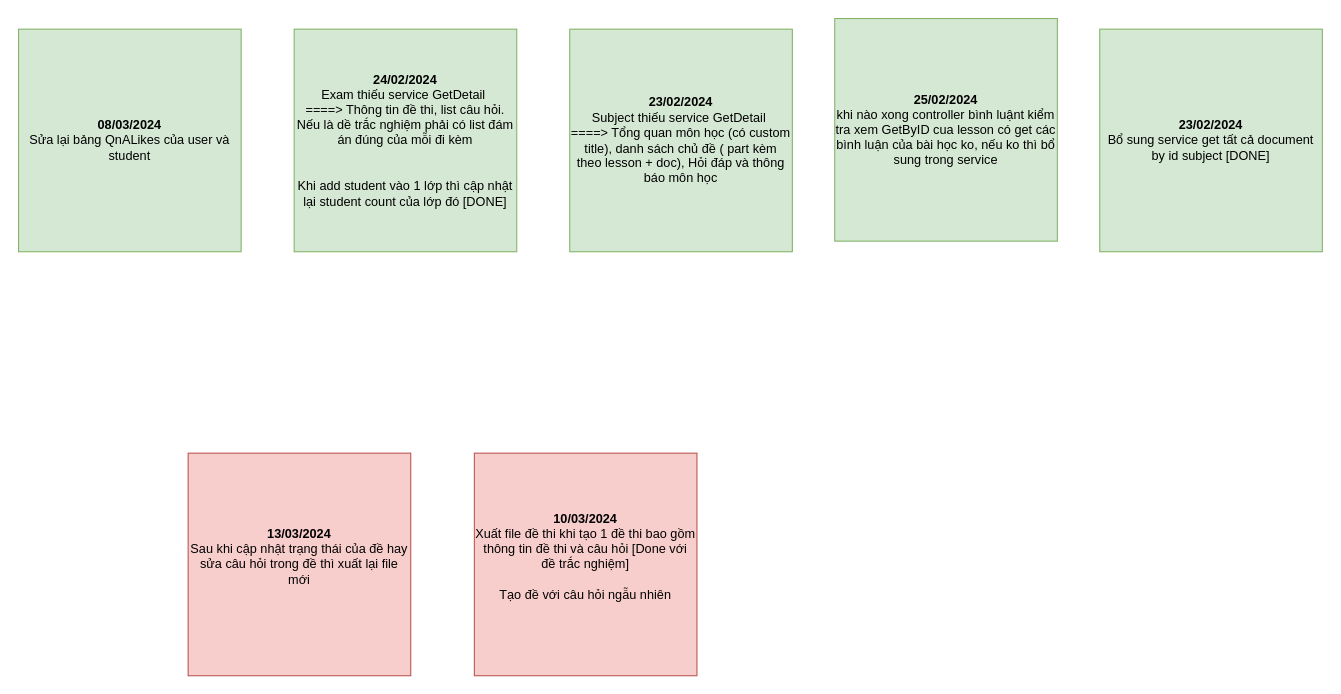
The draw.io diagram page "Note" (3 of 3) of Internship_BACKEND_2024_02_02.01.2024_LamSamChan_LMS - Elibrary_Diagram.drawio in LamSamChan/LMS_ELibrary_BE_Intern_Alta, before the edit. Source tidied: cells renumbered, new cells numbered last; positions are measured from the earlier drawing's top-left corner, leaving out a move shared by most shapes. Both pictures are drawn from the tidied source at 106%, with x=0, y=0 at pixel (18, 18).
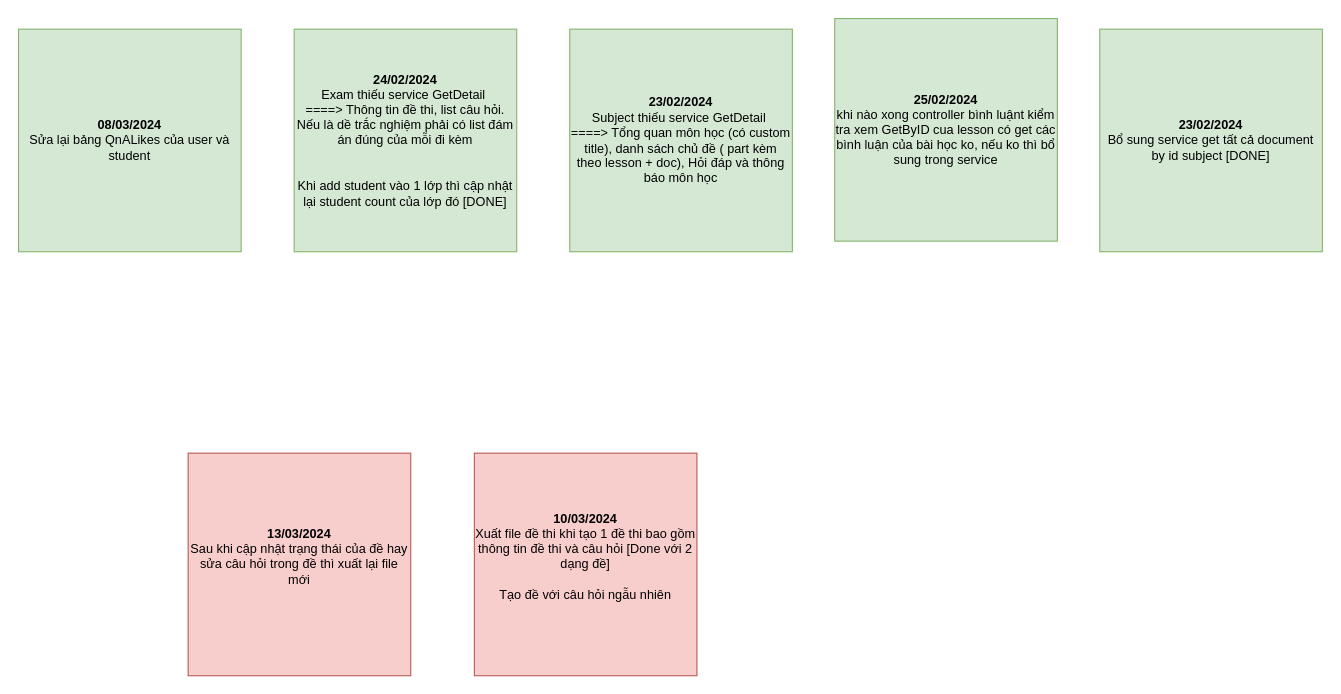
After the change.

What changed in the source:
```diff
@@
 <mxGraphModel>
   <root>
     <mxCell id="0" />
     <mxCell id="1" parent="0" />
     <mxCell id="2" value="&lt;b&gt;23/02/2024&lt;br&gt;&lt;/b&gt;Bổ sung service get tất cả document by id subject [DONE]" style="whiteSpace=wrap;html=1;fillColor=#d5e8d4;strokeColor=#82b366;" parent="1" vertex="1">
       <mxGeometry x="1020" y="10" width="210" height="210" as="geometry" />
     </mxCell>
     <mxCell id="3" value="&lt;b&gt;23/02/2024&lt;br&gt;&lt;/b&gt;Subject thiếu service GetDetail&amp;nbsp;&lt;br&gt;====&amp;gt; Tổng quan môn học (có custom title), danh sách chủ đề ( part kèm theo lesson + doc), Hỏi đáp và thông báo môn học" style="whiteSpace=wrap;html=1;fillColor=#d5e8d4;strokeColor=#82b366;" parent="1" vertex="1">
       <mxGeometry x="520" y="10" width="210" height="210" as="geometry" />
     </mxCell>
     <mxCell id="4" value="&lt;b&gt;24/02/2024&lt;br&gt;&lt;/b&gt;Exam thiếu service GetDetail&amp;nbsp;&lt;br&gt;====&amp;gt; Thông tin đề thi, list câu hỏi. Nếu là dề trắc nghiệm phải có list đám án đúng của mỗi đi kèm&lt;br&gt;&lt;br&gt;&lt;br&gt;Khi add student vào 1 lớp thì cập nhật lại student count của lớp đó [DONE]" style="whiteSpace=wrap;html=1;fillColor=#d5e8d4;strokeColor=#82b366;" parent="1" vertex="1">
       <mxGeometry x="260" y="10" width="210" height="210" as="geometry" />
     </mxCell>
     <mxCell id="5" value="&lt;b&gt;25/02/2024&lt;br&gt;&lt;/b&gt;khi nào xong controller bình luậnt kiểm tra xem GetByID cua lesson có get các bình luận của bài học ko, nếu ko thì bổ sung trong service" style="whiteSpace=wrap;html=1;fillColor=#d5e8d4;strokeColor=#82b366;" parent="1" vertex="1">
       <mxGeometry x="770" width="210" height="210" as="geometry" />
     </mxCell>
     <mxCell id="6" value="&lt;b&gt;08/03/2024&lt;br&gt;&lt;/b&gt;Sửa lại bảng&amp;nbsp;QnALikes của user và student" style="whiteSpace=wrap;html=1;fillColor=#d5e8d4;strokeColor=#82b366;" parent="1" vertex="1">
       <mxGeometry y="10" width="210" height="210" as="geometry" />
     </mxCell>
-    <mxCell id="7" value="&lt;b&gt;10/03/2024&lt;br&gt;&lt;/b&gt;Xuất file đề thi khi tạo 1 đề thi bao gồm thông tin đề thi và câu hỏi [Done với đề trắc nghiệm]&lt;br&gt;&lt;br&gt;Tạo đề với câu hỏi ngẫu nhiên&lt;div&gt;&lt;br/&gt;&lt;/div&gt;" style="whiteSpace=wrap;html=1;fillColor=#f8cecc;strokeColor=#b85450;" parent="1" vertex="1">
+    <mxCell id="7" value="&lt;b&gt;10/03/2024&lt;br&gt;&lt;/b&gt;Xuất file đề thi khi tạo 1 đề thi bao gồm thông tin đề thi và câu hỏi [Done với 2 dạng đề]&lt;br&gt;&lt;br&gt;Tạo đề với câu hỏi ngẫu nhiên&lt;div&gt;&lt;br&gt;&lt;/div&gt;" style="whiteSpace=wrap;html=1;fillColor=#f8cecc;strokeColor=#b85450;" parent="1" vertex="1">
       <mxGeometry x="430" y="410" width="210" height="210" as="geometry" />
     </mxCell>
     <mxCell id="8" value="&lt;b&gt;13/03/2024&lt;br&gt;&lt;/b&gt;Sau khi cập nhật trạng thái của đề hay sửa câu hỏi trong đề thì xuất lại file mới&lt;div&gt;&lt;br/&gt;&lt;/div&gt;" style="whiteSpace=wrap;html=1;fillColor=#f8cecc;strokeColor=#b85450;" parent="1" vertex="1">
       <mxGeometry x="160" y="410" width="210" height="210" as="geometry" />
     </mxCell>
   </root>
 </mxGraphModel>
```
